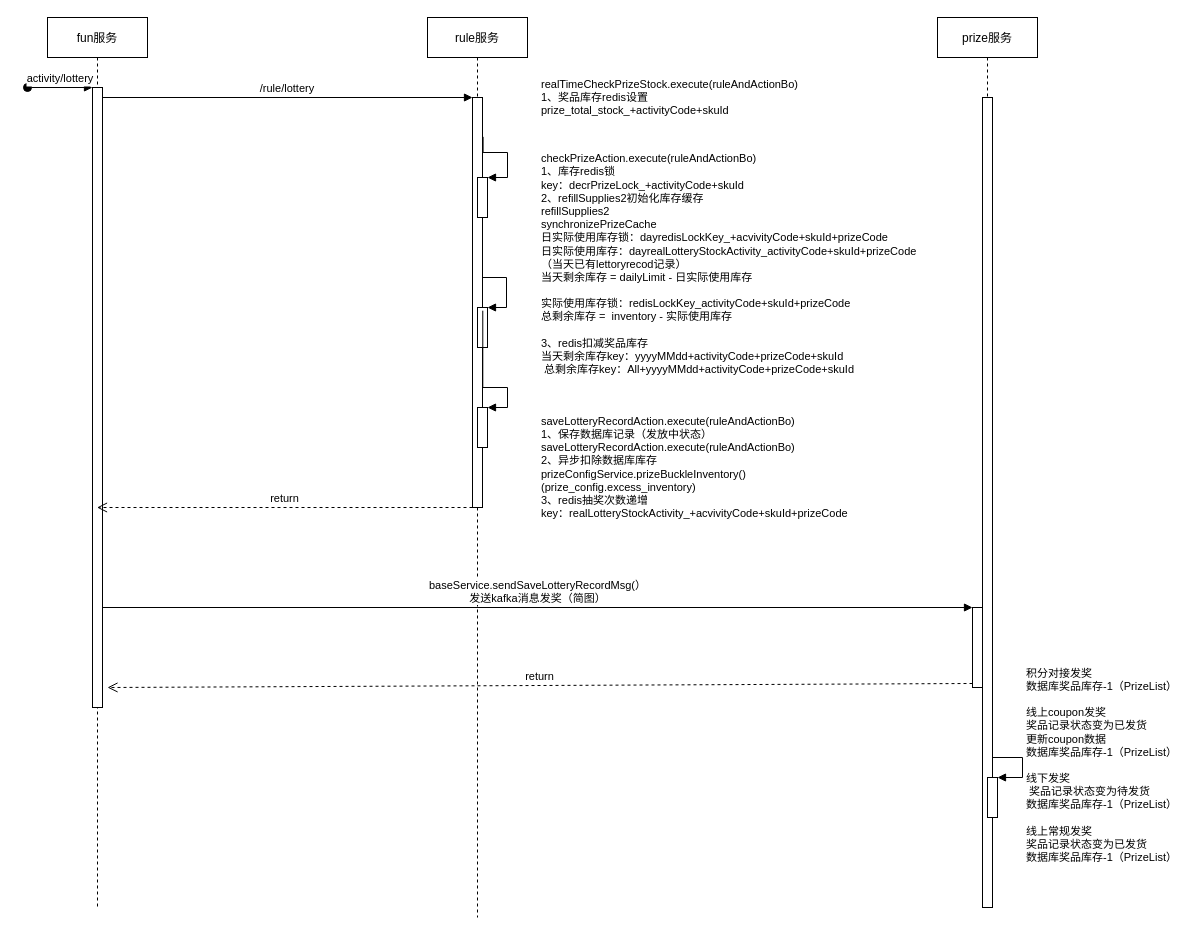
MrPeachHua/draw1 keeps this draw.io diagram as lottery.drawio. Above is the earlier version. Source tidied: cells renumbered, new cells numbered last; positions are measured from the earlier drawing's top-left corner, leaving out a move shared by most shapes. Both pictures are drawn from the tidied source at 100%, with x=0, y=0 at pixel (27, 17).
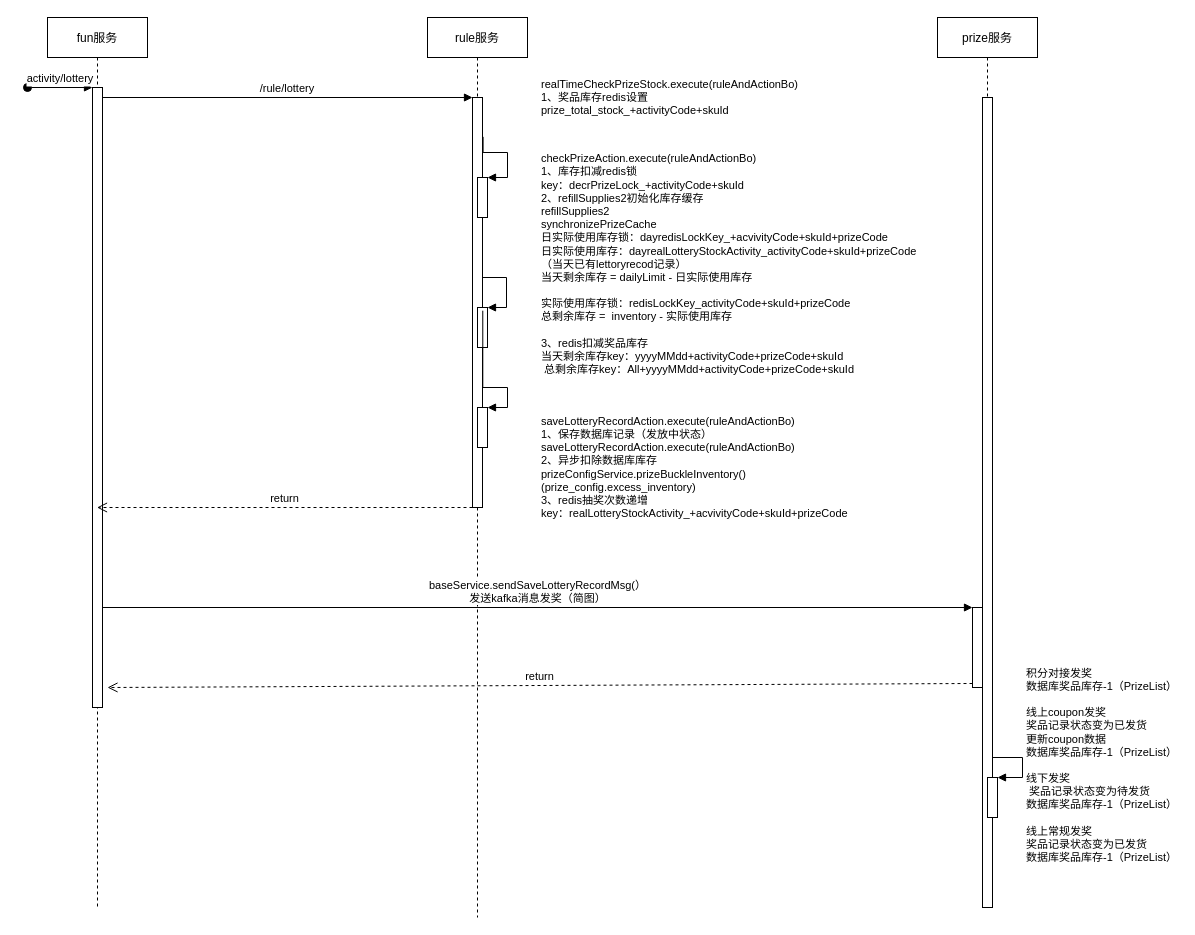
The same diagram, later.

The change refers to these unchanged cells:
```xml
<mxCell id="5" value="rule服务" style="shape=umlLifeline;perimeter=lifelinePerimeter;rounded=0;shadow=0;strokeWidth=1;" parent="1" vertex="1">
  <mxGeometry x="400" width="100" height="900" as="geometry" />
</mxCell>
<mxCell id="7" style="html=1;points=[];perimeter=orthogonalPerimeter;" parent="5" vertex="1">
  <mxGeometry x="50" y="290" width="10" height="40" as="geometry" />
</mxCell>
```

What changed in the source:
```diff
@@
-    <mxCell id="8" value="&lt;div&gt;&lt;span style=&quot;font-size: 11px;&quot;&gt;checkPrizeAction.execute(ruleAndActionBo)&lt;/span&gt;&lt;/div&gt;&lt;div&gt;1、库存redis锁&lt;br&gt;key：decrPrizeLock_+activityCode+skuId&lt;span style=&quot;font-size: 11px;&quot;&gt;&lt;br&gt;&lt;/span&gt;&lt;/div&gt;&lt;span style=&quot;font-size: 11px;&quot;&gt;2、refillSupplies2初始化库存缓存&amp;nbsp;&lt;/span&gt;&lt;br&gt;&lt;div style=&quot;&quot;&gt;&lt;span style=&quot;font-size: 11px;&quot;&gt;refillSupplies2&lt;/span&gt;&lt;/div&gt;&lt;div style=&quot;&quot;&gt;&lt;span style=&quot;font-size: 11px;&quot;&gt;synchronizePrizeCache&lt;/span&gt;&lt;/div&gt;日实际使用库存锁：&lt;span style=&quot;font-size: 11px;&quot;&gt;dayredisLockKey_+acvivityCode+skuId+prizeCode&lt;/span&gt;&lt;br&gt;日实际使用库存：dayrealLotteryStockActivity_activityCode+skuId+prizeCode&lt;br&gt;&lt;div&gt;（当天已有lettoryrecod记录）&lt;/div&gt;&lt;div&gt;当天剩余库存 =&amp;nbsp;dailyLimit - 日实际使用库存&lt;/div&gt;&lt;div&gt;&lt;br&gt;&lt;/div&gt;&lt;div&gt;实际使用库存锁：redisLockKey_activityCode+skuId+prizeCode&lt;br&gt;&lt;/div&gt;&lt;div&gt;总剩余库存 =&amp;nbsp;&amp;nbsp;inventory - 实际使用库存&lt;/div&gt;&lt;div&gt;&lt;br&gt;&lt;/div&gt;&lt;div&gt;&lt;span style=&quot;font-size: 11px;&quot;&gt;3、redis扣减奖品库存&lt;/span&gt;&lt;/div&gt;&lt;div&gt;&lt;span style=&quot;font-size: 11px;&quot;&gt;当天剩余库存key：yyyyMMdd+activityCode+prizeCode+skuId&lt;/span&gt;&lt;/div&gt;&lt;div&gt;&lt;span style=&quot;font-size: 11px;&quot;&gt;&amp;nbsp;总剩余库存key：All+yyyyMMdd+activityCode+prizeCode+skuId&lt;/span&gt;&lt;/div&gt;&lt;div&gt;&lt;span style=&quot;font-size: 11px;&quot;&gt;&amp;nbsp;&lt;/span&gt;&lt;/div&gt;&lt;div&gt;&lt;br&gt;&lt;/div&gt;" style="edgeStyle=orthogonalEdgeStyle;html=1;align=left;spacingLeft=2;endArrow=block;rounded=0;entryX=1;entryY=0;" parent="5" edge="1" target="7">
+    <mxCell id="8" value="&lt;div&gt;&lt;span style=&quot;font-size: 11px;&quot;&gt;checkPrizeAction.execute(ruleAndActionBo)&lt;/span&gt;&lt;/div&gt;&lt;div&gt;1、库存扣减redis锁&lt;br&gt;key：decrPrizeLock_+activityCode+skuId&lt;span style=&quot;font-size: 11px;&quot;&gt;&lt;br&gt;&lt;/span&gt;&lt;/div&gt;&lt;span style=&quot;font-size: 11px;&quot;&gt;2、refillSupplies2初始化库存缓存&amp;nbsp;&lt;/span&gt;&lt;br&gt;&lt;div style=&quot;&quot;&gt;&lt;span style=&quot;font-size: 11px;&quot;&gt;refillSupplies2&lt;/span&gt;&lt;/div&gt;&lt;div style=&quot;&quot;&gt;&lt;span style=&quot;font-size: 11px;&quot;&gt;synchronizePrizeCache&lt;/span&gt;&lt;/div&gt;日实际使用库存锁：&lt;span style=&quot;font-size: 11px;&quot;&gt;dayredisLockKey_+acvivityCode+skuId+prizeCode&lt;/span&gt;&lt;br&gt;日实际使用库存：dayrealLotteryStockActivity_activityCode+skuId+prizeCode&lt;br&gt;&lt;div&gt;（当天已有lettoryrecod记录）&lt;/div&gt;&lt;div&gt;当天剩余库存 =&amp;nbsp;dailyLimit - 日实际使用库存&lt;/div&gt;&lt;div&gt;&lt;br&gt;&lt;/div&gt;&lt;div&gt;实际使用库存锁：redisLockKey_activityCode+skuId+prizeCode&lt;br&gt;&lt;/div&gt;&lt;div&gt;总剩余库存 =&amp;nbsp;&amp;nbsp;inventory - 实际使用库存&lt;/div&gt;&lt;div&gt;&lt;br&gt;&lt;/div&gt;&lt;div&gt;&lt;span style=&quot;font-size: 11px;&quot;&gt;3、redis扣减奖品库存&lt;/span&gt;&lt;/div&gt;&lt;div&gt;&lt;span style=&quot;font-size: 11px;&quot;&gt;当天剩余库存key：yyyyMMdd+activityCode+prizeCode+skuId&lt;/span&gt;&lt;/div&gt;&lt;div&gt;&lt;span style=&quot;font-size: 11px;&quot;&gt;&amp;nbsp;总剩余库存key：All+yyyyMMdd+activityCode+prizeCode+skuId&lt;/span&gt;&lt;/div&gt;&lt;div&gt;&lt;span style=&quot;font-size: 11px;&quot;&gt;&amp;nbsp;&lt;/span&gt;&lt;/div&gt;&lt;div&gt;&lt;br&gt;&lt;/div&gt;" style="edgeStyle=orthogonalEdgeStyle;html=1;align=left;spacingLeft=2;endArrow=block;rounded=0;entryX=1;entryY=0;" parent="5" edge="1" target="7">
       <mxGeometry x="0.05" y="31" relative="1" as="geometry">
         <mxPoint x="55" y="230" as="sourcePoint" />
         <Array as="points">
           <mxPoint x="55" y="260" />
           <mxPoint x="79" y="260" />
           <mxPoint x="79" y="290" />
         </Array>
       </mxGeometry>
     </mxCell>
```
